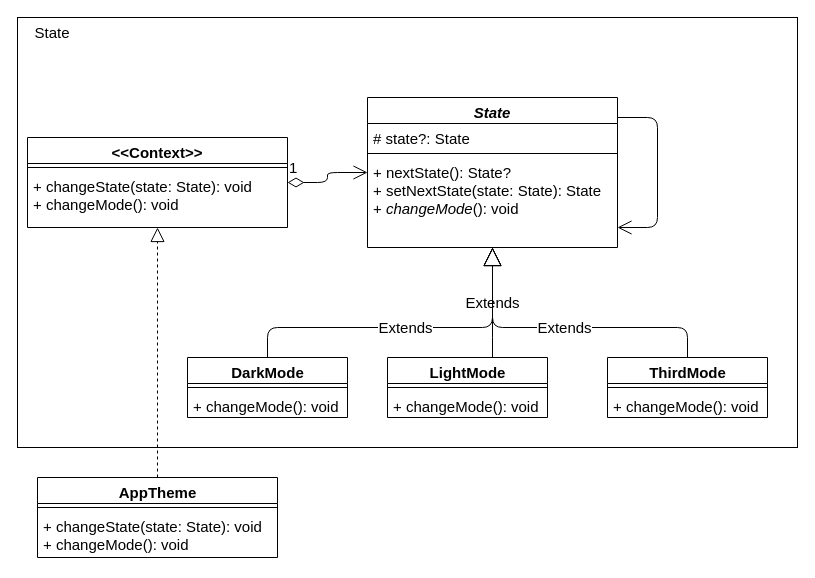
Before: behavioral/state/state.drawio in kirill-krasuk/design_patterns, a draw.io diagram. Source tidied: cells renumbered, new cells numbered last; positions are measured from the earlier drawing's top-left corner, leaving out a move shared by most shapes. Both pictures are drawn from the tidied source at 100%, with x=0, y=0 at pixel (17, 17).
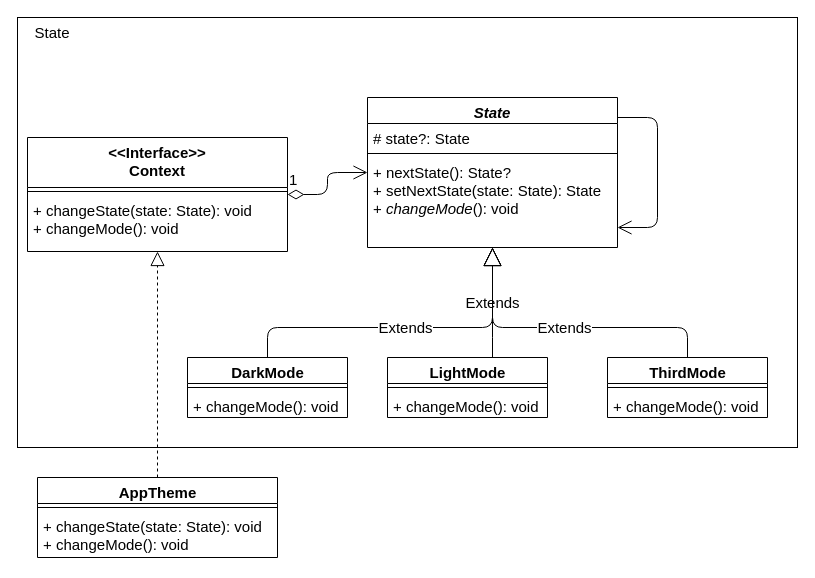
The same diagram, later.

The edit, as a diff of the source:
```diff
@@
-    <mxCell id="4" value="&lt;&lt;Context&gt;&gt;" style="swimlane;fontStyle=1;align=center;verticalAlign=top;horizontal=1;startSize=26;fontSize=15;" parent="1" vertex="1">
-      <mxGeometry x="10" y="120" width="260" height="90" as="geometry" />
+    <mxCell id="4" value="&lt;&lt;Interface&gt;&gt;&#10;Context&#10;" style="swimlane;fontStyle=1;align=center;verticalAlign=top;horizontal=1;startSize=50;fontSize=15;" parent="1" vertex="1">
+      <mxGeometry x="10" y="120" width="260" height="114" as="geometry" />
     </mxCell>
     <mxCell id="5" style="line;strokeWidth=1;fillColor=none;align=left;verticalAlign=middle;spacingTop=-1;spacingLeft=3;spacingRight=3;labelPosition=right;strokeColor=inherit;fontSize=15;" parent="4" vertex="1">
-      <mxGeometry y="26" width="260" height="8" as="geometry" />
+      <mxGeometry y="50" width="260" height="8" as="geometry" />
     </mxCell>
     <mxCell id="6" value="+ changeState(state: State): void&#10;+ changeMode(): void&#10;" style="text;strokeColor=none;fillColor=none;align=left;verticalAlign=top;spacingLeft=4;spacingRight=4;overflow=hidden;fontSize=15;" parent="4" vertex="1">
-      <mxGeometry y="34" width="260" height="56" as="geometry" />
+      <mxGeometry y="58" width="260" height="56" as="geometry" />
     </mxCell>
```
